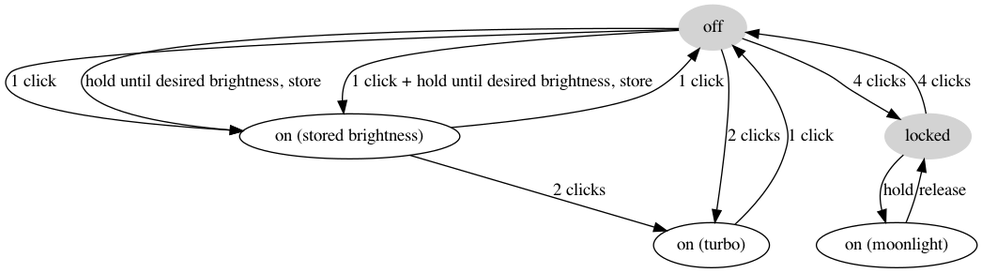
mmb/anduril-ui-diagram keeps this Graphviz diagram as ui.png. Above is the earlier version. Its source is kept beside it as ui.dot.
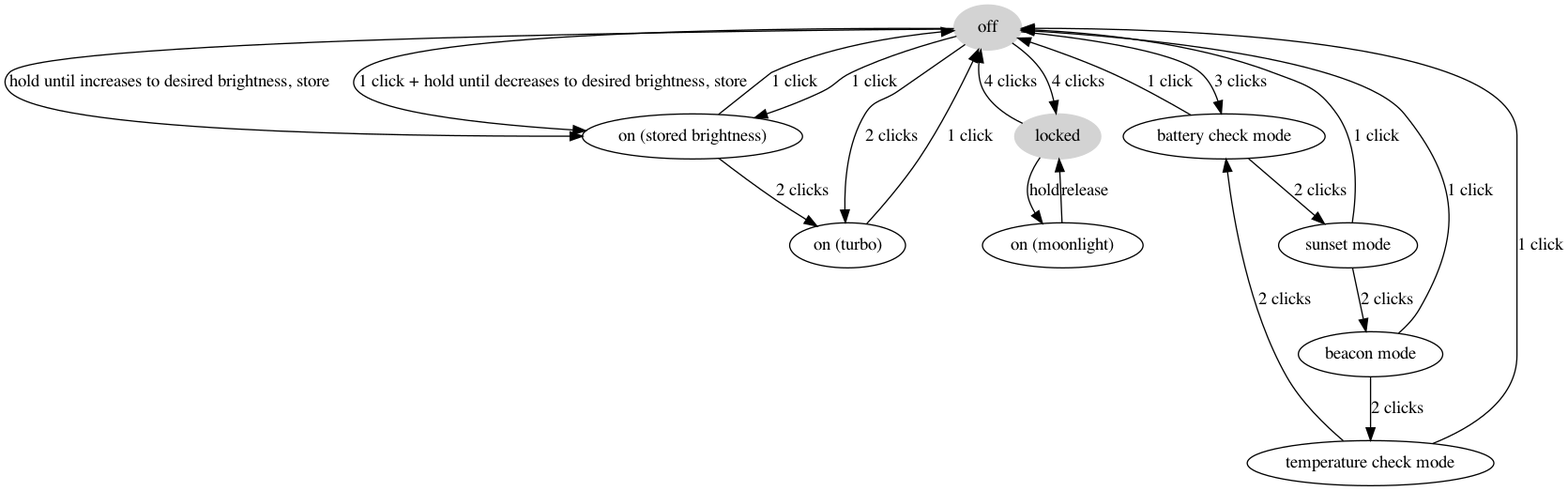
After the commit.

The edit, as a diff of the source:
```diff
@@ -1,10 +1,11 @@
 digraph {
   off[style="filled",color="lightgrey"]
   off -> "on (stored brightness)"[label="1 click"];
-  off -> "on (stored brightness)"[label="hold until desired brightness, store"];
+  off -> "on (stored brightness)"[label="hold until increases to desired brightness, store"];
   off -> "on (turbo)"[label="2 clicks"];
-  off -> "on (stored brightness)"[label="1 click + hold until desired brightness, store"];
+  off -> "on (stored brightness)"[label="1 click + hold until decreases to desired brightness, store"];
   off -> locked[label="4 clicks"];
+  off -> "battery check mode"[label="3 clicks"];
 
   locked[style="filled",color="lightgrey"]
   locked -> off[label="4 clicks"];
@@ -14,4 +15,16 @@
   "on (stored brightness)" -> off[label="1 click"];
   "on (stored brightness)" -> "on (turbo)"[label="2 clicks"];
   "on (turbo)" -> off[label="1 click"];
+
+  "battery check mode" -> "sunset mode"[label="2 clicks"]
+  "battery check mode" -> off[label="1 click"]
+
+  "sunset mode" -> "beacon mode"[label="2 clicks"]
+  "sunset mode" -> off[label="1 click"]
+
+  "beacon mode" -> "temperature check mode"[label="2 clicks"]
+  "beacon mode" -> off[label="1 click"]
+
+  "temperature check mode" -> "battery check mode"[label="2 clicks"]
+  "temperature check mode" -> off[label="1 click"]
 }
```
